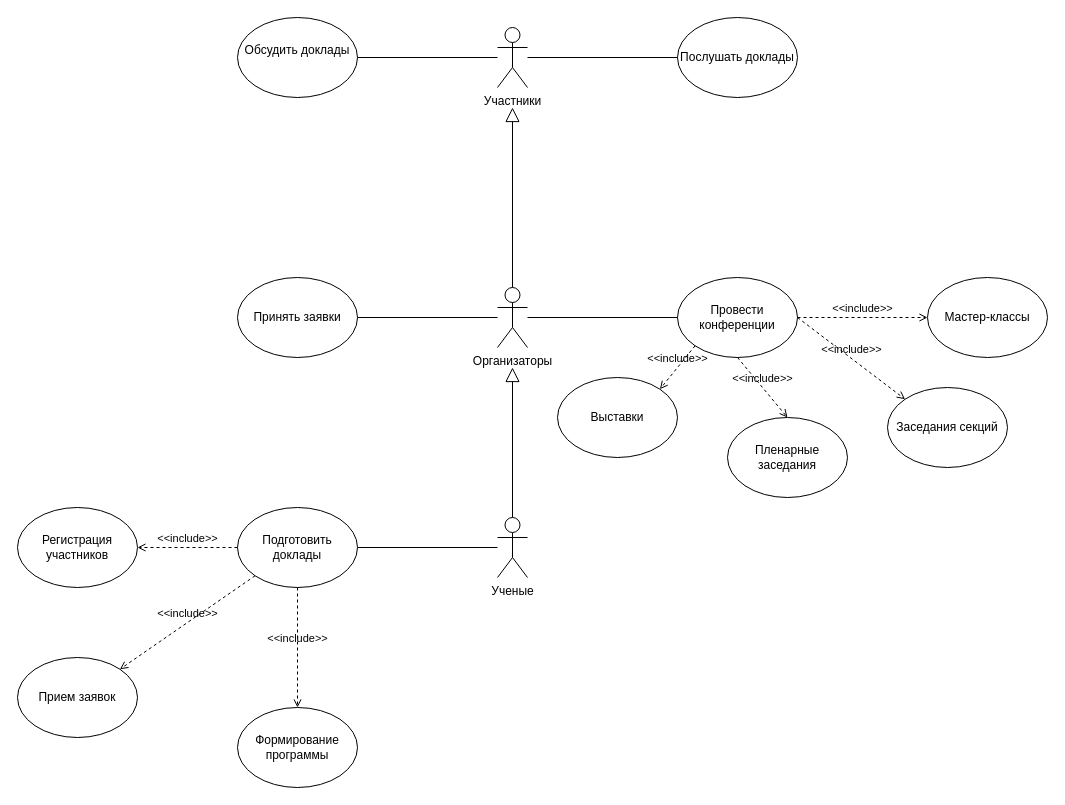
Before: Диаграмма без названия.drawio in makatom15/scientific-conference-, a draw.io diagram. Source tidied: cells renumbered, new cells numbered last; positions are measured from the earlier drawing's top-left corner, leaving out a move shared by most shapes. Both pictures are drawn from the tidied source at 100%, with x=0, y=0 at pixel (17, 17).
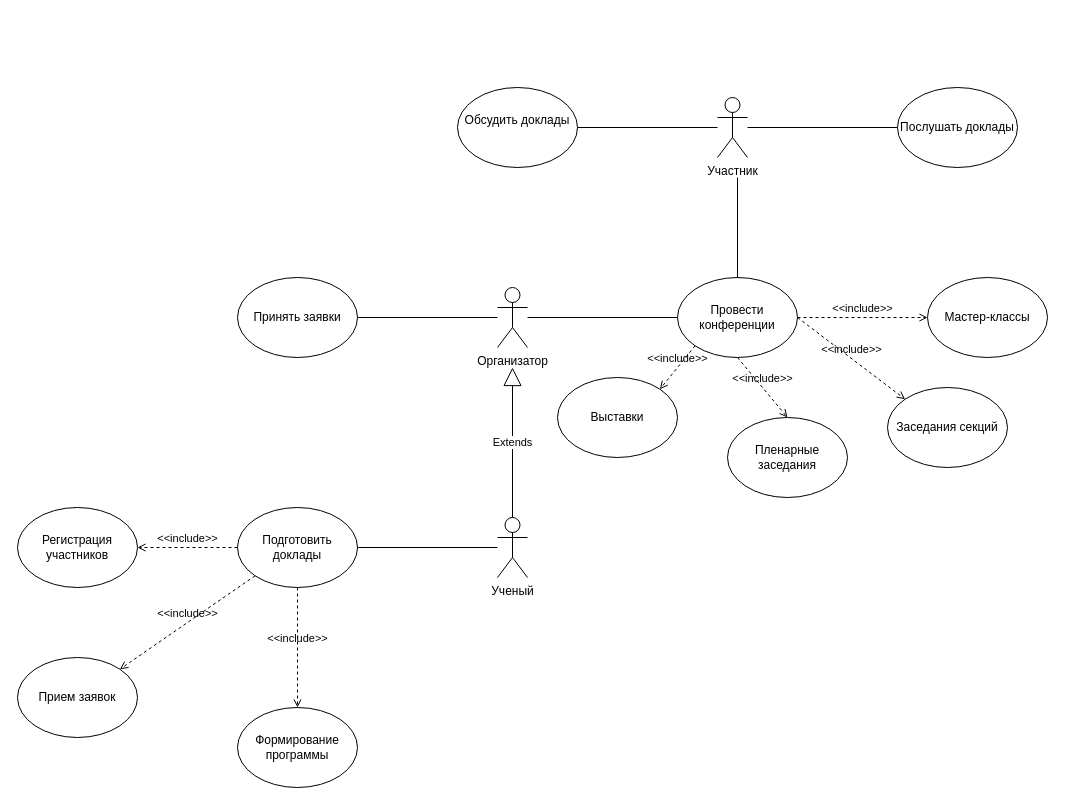
The same page after the edit.

Unchanged cells that the change refers to:
```xml
<mxCell id="9" value="Провести конференции" style="ellipse;whiteSpace=wrap;html=1;" parent="1" vertex="1">
  <mxGeometry x="660" y="260" width="120" height="80" as="geometry" />
</mxCell>
```

The edit, as a diff of the source:
```diff
@@
-    <mxCell id="2" value="Ученые" style="shape=umlActor;verticalLabelPosition=bottom;verticalAlign=top;html=1;outlineConnect=0;" parent="1" vertex="1">
+    <mxCell id="2" value="Ученый" style="shape=umlActor;verticalLabelPosition=bottom;verticalAlign=top;html=1;outlineConnect=0;" parent="1" vertex="1">
       <mxGeometry x="480" y="500" width="30" height="60" as="geometry" />
     </mxCell>
-    <mxCell id="3" value="Организаторы" style="shape=umlActor;verticalLabelPosition=bottom;verticalAlign=top;html=1;outlineConnect=0;" parent="1" vertex="1">
+    <mxCell id="3" value="Организатор" style="shape=umlActor;verticalLabelPosition=bottom;verticalAlign=top;html=1;outlineConnect=0;" parent="1" vertex="1">
       <mxGeometry x="480" y="270" width="30" height="60" as="geometry" />
     </mxCell>
@@
-    <mxCell id="6" style="edgeStyle=none;html=1;endArrow=block;endFill=0;endSize=12;verticalAlign=bottom;rounded=0;exitX=0.5;exitY=0;exitDx=0;exitDy=0;exitPerimeter=0;" parent="1" edge="1" source="2">
-      <mxGeometry relative="1" as="geometry">
-        <mxPoint x="495" y="350" as="targetPoint" />
-      </mxGeometry>
-    </mxCell>
@@
-    <mxCell id="11" value="Участники" style="shape=umlActor;verticalLabelPosition=bottom;verticalAlign=top;html=1;outlineConnect=0;" parent="1" vertex="1">
-      <mxGeometry x="480" y="10" width="30" height="60" as="geometry" />
+    <mxCell id="11" value="Участник" style="shape=umlActor;verticalLabelPosition=bottom;verticalAlign=top;html=1;outlineConnect=0;" parent="1" vertex="1">
+      <mxGeometry x="700" y="80" width="30" height="60" as="geometry" />
     </mxCell>
-    <mxCell id="12" style="edgeStyle=none;html=1;endArrow=block;endFill=0;endSize=12;verticalAlign=bottom;rounded=0;exitX=0.5;exitY=0;exitDx=0;exitDy=0;exitPerimeter=0;" parent="1" edge="1" source="3">
-      <mxGeometry relative="1" as="geometry">
-        <mxPoint x="495" y="90" as="targetPoint" />
-      </mxGeometry>
-    </mxCell>
     <mxCell id="13" value="Послушать доклады" style="ellipse;whiteSpace=wrap;html=1;" parent="1" vertex="1">
-      <mxGeometry x="660" width="120" height="80" as="geometry" />
+      <mxGeometry x="880" y="70" width="120" height="80" as="geometry" />
     </mxCell>
@@
     <mxCell id="15" value="Обсудить доклады&lt;br/&gt;&lt;br/&gt;" style="ellipse;whiteSpace=wrap;html=1;" parent="1" vertex="1">
-      <mxGeometry x="220" width="120" height="80" as="geometry" />
+      <mxGeometry x="440" y="70" width="120" height="80" as="geometry" />
     </mxCell>
@@
+    <mxCell id="31" value="Extends" style="endArrow=block;endSize=16;endFill=0;html=1;rounded=0;exitX=0.5;exitY=0;exitDx=0;exitDy=0;exitPerimeter=0;" parent="1" edge="1" source="2">
+      <mxGeometry relative="1" as="geometry">
+        <mxPoint x="495" y="350" as="targetPoint" />
+      </mxGeometry>
+    </mxCell>
+    <mxCell id="32" style="endArrow=none;html=1;rounded=0;exitX=0.5;exitY=0;exitDx=0;exitDy=0;" parent="1" edge="1" source="9">
+      <mxGeometry relative="1" as="geometry">
+        <mxPoint x="720" y="160" as="targetPoint" />
+      </mxGeometry>
+    </mxCell>
```
